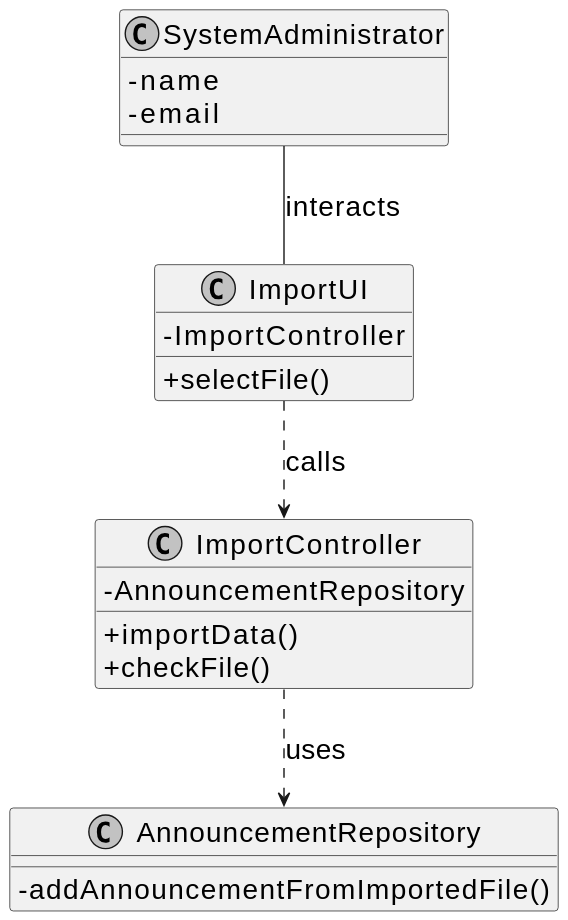
Above: docs/sprintD/us012/03.design/svg/us012-class-diagram.svg in Goncalves2525/real-estate-management-system (PlantUML), before the change.
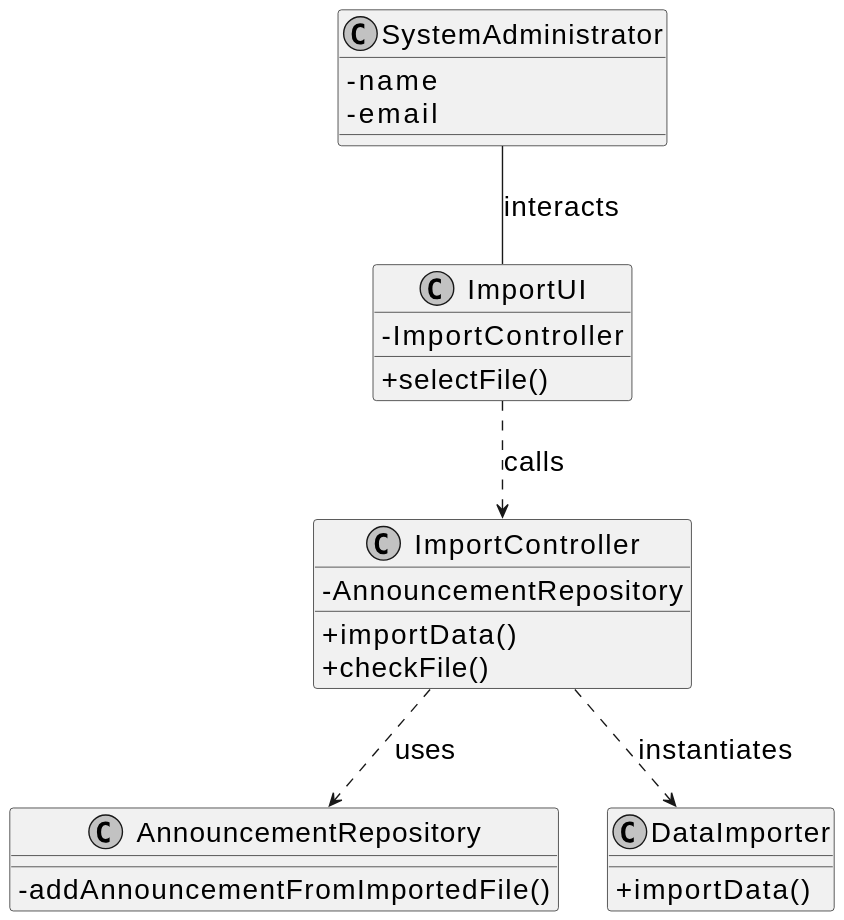
After the commit.

The edit, as a diff of the source:
```diff
@@ -5,7 +5,6 @@
 skinparam shadowing false
 skinparam linetype polyline
 skinparam classAttributeIconSize 0
-
 
 
 class SystemAdministrator {
@@ -28,6 +27,10 @@
     - addAnnouncementFromImportedFile()
 }
 
+class DataImporter{
+    + importData()
+}
+
 
 ImportUI ..> ImportController : calls
 
@@ -35,4 +38,6 @@
 SystemAdministrator -- ImportUI : interacts
 
 ImportController ..> AnnouncementRepository : uses
+
+ImportController ..> DataImporter : instantiates
 @enduml
```
